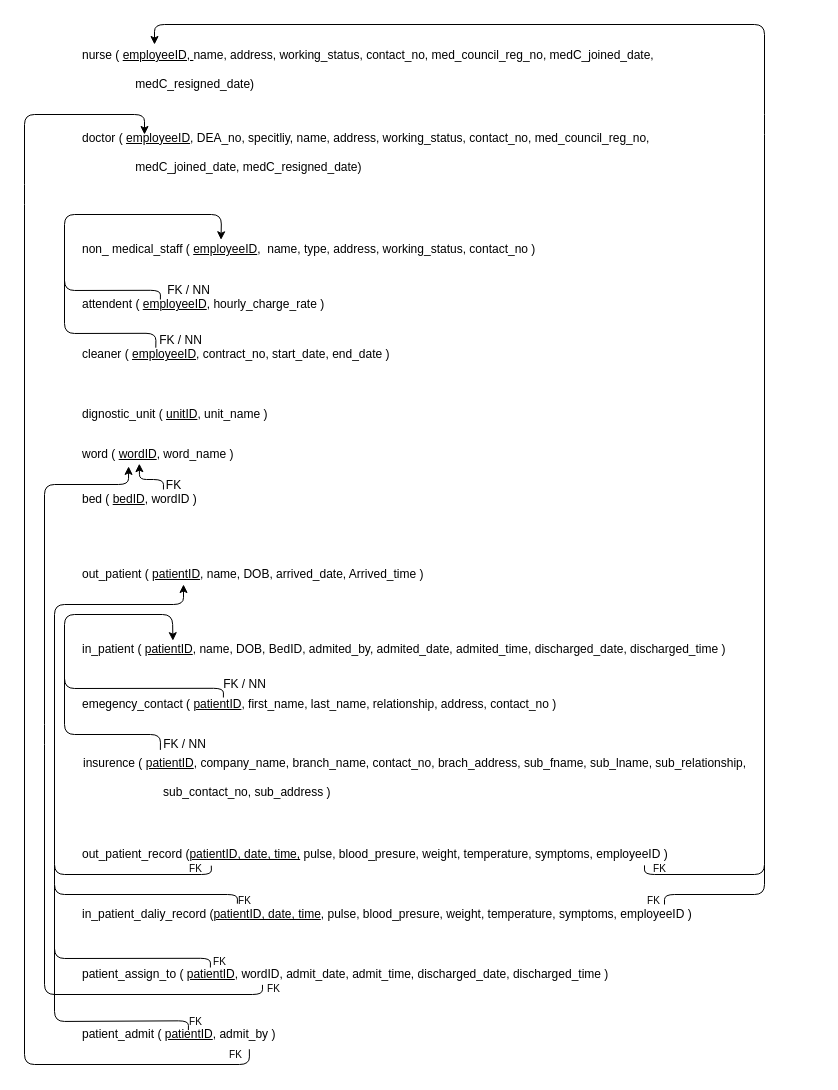
The draw.io diagram page "Page-2" (2 of 3) of G28-2.drawio in Janithpm/1203AssignmentGroup28, before the edit. Source tidied: cells renumbered, new cells numbered last; positions are measured from the earlier drawing's top-left corner, leaving out a move shared by most shapes. Both pictures are drawn from the tidied source at 100%, with x=0, y=0 at pixel (24, 24).
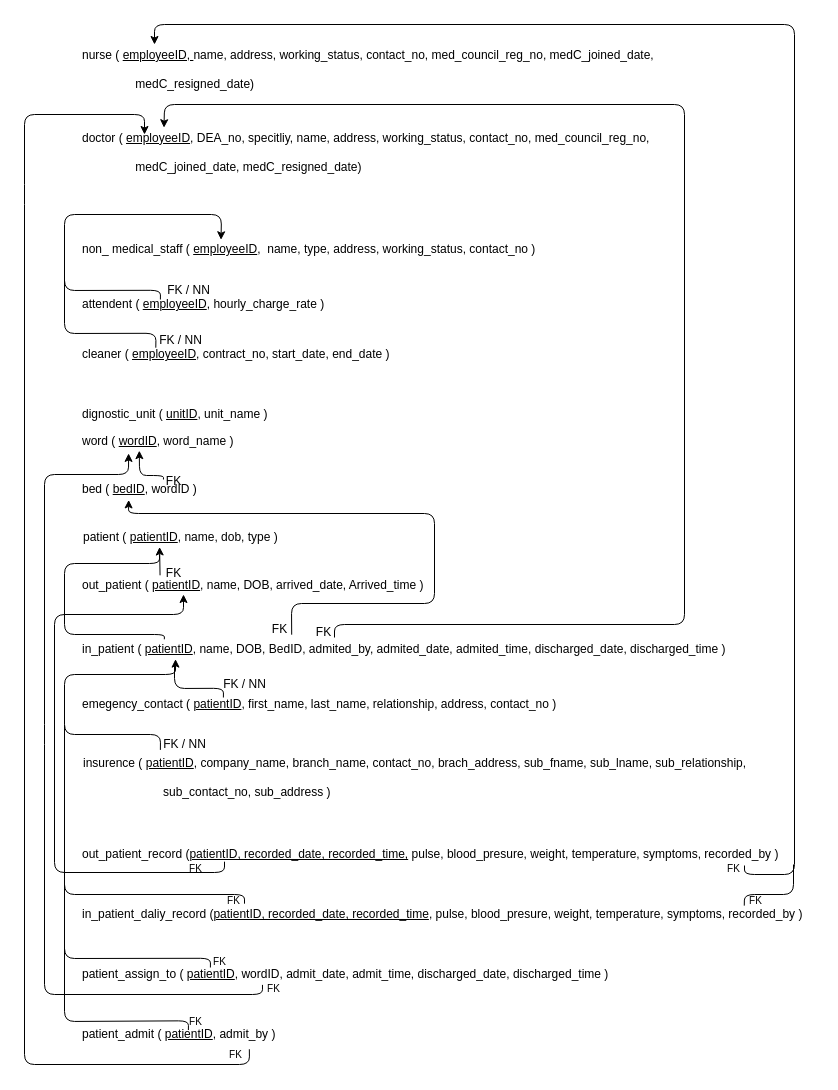
The same page after the edit.

Unchanged cells that the change refers to:
```xml
<mxCell id="2" value="&lt;font style=&quot;font-size: 12px&quot;&gt;in_patient ( &lt;u&gt;patientID&lt;/u&gt;, name, DOB, BedID, admited_by, admited_date, admited_time,&amp;nbsp;discharged_date, discharged_time )&lt;br&gt;&lt;/font&gt;" style="text;html=1;align=left;verticalAlign=middle;points=[];strokeColor=none;fillColor=none;" parent="1" vertex="1">
  <mxGeometry x="56" y="615" width="660" height="20" as="geometry" />
</mxCell>
<mxCell id="6" value="insurence ( &lt;u&gt;patientID&lt;/u&gt;, company_name, branch_name, contact_no, brach_address, sub_fname, sub_lname, sub_relationship,&lt;br&gt;&lt;span style=&quot;white-space: pre&quot;&gt;&#9;&lt;/span&gt;&lt;span style=&quot;white-space: pre&quot;&gt;&#9;&lt;/span&gt;&lt;span style=&quot;white-space: pre&quot;&gt;&#9;&lt;/span&gt;&lt;br&gt;&lt;span style=&quot;white-space: pre&quot;&gt;&#9;&lt;/span&gt;&lt;span style=&quot;white-space: pre&quot;&gt;&#9;&lt;/span&gt;&lt;span style=&quot;white-space: pre&quot;&gt;&#9;&lt;/span&gt;sub_contact_no, sub_address )" style="text;html=1;align=left;verticalAlign=middle;points=[];strokeColor=none;fillColor=none;" parent="1" vertex="1">
  <mxGeometry x="57" y="728" width="680" height="50" as="geometry" />
</mxCell>
<mxCell id="10" value="doctor ( &lt;u&gt;employeeID&lt;/u&gt;, DEA_no, specitliy, name, address, working_status, contact_no, med_council_reg_no,&lt;br&gt;&amp;nbsp;&lt;br&gt;&lt;span style=&quot;white-space: pre&quot;&gt;&#9;&lt;/span&gt;&lt;span style=&quot;white-space: pre&quot;&gt;&#9;&lt;/span&gt;medC_joined_date, medC_resigned_date)&amp;nbsp;" style="text;html=1;align=left;verticalAlign=middle;points=[];strokeColor=none;fillColor=none;" parent="1" vertex="1">
  <mxGeometry x="56" y="103" width="580" height="50" as="geometry" />
</mxCell>
<mxCell id="32" value="patient_assign_to ( &lt;u&gt;patientID&lt;/u&gt;, wordID, admit_date, admit_time, discharged_date, discharged_time )" style="text;html=1;align=left;verticalAlign=middle;points=[];strokeColor=none;fillColor=none;" parent="1" vertex="1">
  <mxGeometry x="56" y="940" width="540" height="20" as="geometry" />
</mxCell>
```

What changed in the source:
```diff
@@
     <mxCell id="3" value="&lt;font style=&quot;font-size: 12px&quot;&gt;out_patient ( &lt;u&gt;patientID&lt;/u&gt;, name, DOB, arrived_date, Arrived_time )&lt;/font&gt;" style="text;html=1;align=left;verticalAlign=middle;points=[];strokeColor=none;fillColor=none;" parent="1" vertex="1">
-      <mxGeometry x="56" y="540" width="360" height="20" as="geometry" />
+      <mxGeometry x="56" y="551" width="360" height="20" as="geometry" />
     </mxCell>
@@
-    <mxCell id="7" style="endArrow=classic;html=1;entryX=0.14;entryY=0.058;entryDx=0;entryDy=0;entryPerimeter=0;exitX=0.116;exitY=-0.052;exitDx=0;exitDy=0;exitPerimeter=0;" parent="1" edge="1" source="6" target="2">
+    <mxCell id="7" style="endArrow=classic;html=1;entryX=0.144;entryY=0.981;entryDx=0;entryDy=0;entryPerimeter=0;exitX=0.116;exitY=-0.052;exitDx=0;exitDy=0;exitPerimeter=0;" parent="1" edge="1" source="6" target="2">
       <mxGeometry relative="1" as="geometry">
         <Array as="points">
           <mxPoint x="136" y="710" />
           <mxPoint x="40" y="710" />
-          <mxPoint x="40" y="590" />
-          <mxPoint x="148" y="590" />
+          <mxPoint x="40" y="650" />
+          <mxPoint x="151" y="650" />
         </Array>
       </mxGeometry>
     </mxCell>
@@
     <mxCell id="18" value="word ( &lt;u&gt;wordID&lt;/u&gt;, word_name )" style="text;html=1;align=left;verticalAlign=middle;points=[];strokeColor=none;fillColor=none;" parent="1" vertex="1">
-      <mxGeometry x="56" y="420" width="170" height="20" as="geometry" />
+      <mxGeometry x="56" y="407" width="170" height="20" as="geometry" />
     </mxCell>
     <mxCell id="19" value="bed ( &lt;u&gt;bedID&lt;/u&gt;, wordID )" style="text;html=1;align=left;verticalAlign=middle;points=[];strokeColor=none;fillColor=none;" parent="1" vertex="1">
-      <mxGeometry x="56" y="465" width="130" height="20" as="geometry" />
+      <mxGeometry x="56" y="455" width="130" height="20" as="geometry" />
     </mxCell>
     <mxCell id="20" style="endArrow=classic;html=1;entryX=0.346;entryY=0.958;entryDx=0;entryDy=0;entryPerimeter=0;exitX=0.638;exitY=0;exitDx=0;exitDy=0;exitPerimeter=0;" parent="1" edge="1" source="19" target="18">
       <mxGeometry relative="1" as="geometry">
         <Array as="points">
-          <mxPoint x="139" y="455" />
-          <mxPoint x="115" y="455" />
+          <mxPoint x="139" y="451" />
+          <mxPoint x="115" y="451" />
         </Array>
       </mxGeometry>
     </mxCell>
     <mxCell id="21" value="FK" style="text;html=1;align=center;verticalAlign=middle;strokeColor=none;fillColor=none;" parent="1" vertex="1">
-      <mxGeometry x="134" y="451" width="30" height="20" as="geometry" />
+      <mxGeometry x="134" y="447" width="30" height="20" as="geometry" />
     </mxCell>
-    <mxCell id="22" value="out_patient_record (&lt;u&gt;patientID, date, time,&lt;/u&gt; pulse, blood_presure, weight, temperature, symptoms, employeeID )&amp;nbsp;" style="text;html=1;align=left;verticalAlign=middle;points=[];strokeColor=none;fillColor=none;" parent="1" vertex="1">
-      <mxGeometry x="56" y="820" width="600" height="20" as="geometry" />
+    <mxCell id="22" value="out_patient_record (&lt;u&gt;patientID, recorded_date, recorded_time,&lt;/u&gt; pulse, blood_presure, weight, temperature, symptoms, recorded_by )&amp;nbsp;" style="text;html=1;align=left;verticalAlign=middle;points=[];strokeColor=none;fillColor=none;" parent="1" vertex="1">
+      <mxGeometry x="56" y="820" width="720" height="20" as="geometry" />
     </mxCell>
-    <mxCell id="23" style="endArrow=classic;html=1;exitX=0.218;exitY=1.059;exitDx=0;exitDy=0;exitPerimeter=0;" parent="1" edge="1" source="22">
+    <mxCell id="23" style="endArrow=classic;html=1;exitX=0.2;exitY=0.961;exitDx=0;exitDy=0;exitPerimeter=0;" parent="1" edge="1">
       <mxGeometry relative="1" as="geometry">
-        <mxPoint x="159" y="560" as="targetPoint" />
+        <mxPoint x="200" y="837.2" as="sourcePoint" />
+        <mxPoint x="159" y="570" as="targetPoint" />
         <Array as="points">
-          <mxPoint x="187" y="850" />
-          <mxPoint x="30" y="850" />
-          <mxPoint x="30" y="580" />
-          <mxPoint x="159" y="580" />
+          <mxPoint x="200" y="848" />
+          <mxPoint x="30" y="848" />
+          <mxPoint x="30" y="590" />
+          <mxPoint x="159" y="590" />
         </Array>
       </mxGeometry>
     </mxCell>
-    <mxCell id="24" style="endArrow=classic;html=1;exitX=0.94;exitY=1.043;exitDx=0;exitDy=0;exitPerimeter=0;" parent="1" edge="1" source="22">
+    <mxCell id="24" style="endArrow=classic;html=1;" parent="1" edge="1">
       <mxGeometry relative="1" as="geometry">
+        <mxPoint x="720" y="841" as="sourcePoint" />
         <mxPoint x="130" y="20" as="targetPoint" />
         <Array as="points">
-          <mxPoint x="620" y="850" />
-          <mxPoint x="740" y="850" />
-          <mxPoint x="740" y="100" />
-          <mxPoint x="740" />
+          <mxPoint x="720" y="850" />
+          <mxPoint x="770" y="850" />
+          <mxPoint x="770" />
           <mxPoint x="130" />
         </Array>
       </mxGeometry>
     </mxCell>
     <mxCell id="25" value="&lt;font style=&quot;font-size: 10px&quot;&gt;FK&lt;/font&gt;" style="text;html=1;align=center;verticalAlign=middle;strokeColor=none;fillColor=none;" parent="1" vertex="1">
-      <mxGeometry x="620" y="834" width="30" height="20" as="geometry" />
+      <mxGeometry x="694" y="834" width="30" height="20" as="geometry" />
     </mxCell>
@@
-    <mxCell id="27" value="in_patient_daliy_record (&lt;u&gt;patientID, date, time&lt;/u&gt;, pulse, blood_presure, weight, temperature, symptoms, employeeID )&amp;nbsp;" style="text;html=1;align=left;verticalAlign=middle;points=[];strokeColor=none;fillColor=none;" parent="1" vertex="1">
-      <mxGeometry x="56" y="880" width="630" height="20" as="geometry" />
+    <mxCell id="27" value="in_patient_daliy_record (&lt;u&gt;patientID, recorded_date, recorded_time&lt;/u&gt;, pulse, blood_presure, weight, temperature, symptoms, recorded_by&amp;nbsp;)&amp;nbsp;" style="text;html=1;align=left;verticalAlign=middle;points=[];strokeColor=none;fillColor=none;" parent="1" vertex="1">
+      <mxGeometry x="56" y="880" width="740" height="20" as="geometry" />
     </mxCell>
-    <mxCell id="28" style="endArrow=none;html=1;exitX=0.249;exitY=-0.041;exitDx=0;exitDy=0;exitPerimeter=0;" parent="1" edge="1" source="27">
+    <mxCell id="28" style="endArrow=none;html=1;exitX=0.867;exitY=0.659;exitDx=0;exitDy=0;exitPerimeter=0;" parent="1" edge="1" source="29">
       <mxGeometry relative="1" as="geometry">
-        <mxPoint x="30" y="840" as="targetPoint" />
+        <mxPoint x="40" y="700" as="targetPoint" />
         <Array as="points">
-          <mxPoint x="213" y="870" />
-          <mxPoint x="30" y="870" />
+          <mxPoint x="220" y="870" />
+          <mxPoint x="40" y="870" />
         </Array>
       </mxGeometry>
     </mxCell>
     <mxCell id="29" value="&lt;font style=&quot;font-size: 10px&quot;&gt;FK&lt;/font&gt;" style="text;html=1;align=center;verticalAlign=middle;points=[];strokeColor=none;fillColor=none;" parent="1" vertex="1">
-      <mxGeometry x="205" y="866" width="30" height="20" as="geometry" />
+      <mxGeometry x="194" y="866" width="30" height="20" as="geometry" />
     </mxCell>
-    <mxCell id="30" style="endArrow=none;html=1;" parent="1" edge="1">
+    <mxCell id="30" style="endArrow=none;html=1;exitX=0.897;exitY=0.057;exitDx=0;exitDy=0;exitPerimeter=0;" parent="1" edge="1" source="27">
       <mxGeometry relative="1" as="geometry">
-        <mxPoint x="640" y="880" as="sourcePoint" />
-        <mxPoint x="740" y="840" as="targetPoint" />
+        <mxPoint x="769" y="840" as="targetPoint" />
         <Array as="points">
-          <mxPoint x="640" y="870" />
-          <mxPoint x="740" y="870" />
+          <mxPoint x="720" y="870" />
+          <mxPoint x="769" y="870" />
         </Array>
       </mxGeometry>
     </mxCell>
     <mxCell id="31" value="&lt;font style=&quot;font-size: 10px&quot;&gt;FK&lt;/font&gt;" style="text;html=1;align=center;verticalAlign=middle;strokeColor=none;fillColor=none;" parent="1" vertex="1">
-      <mxGeometry x="614" y="866" width="30" height="20" as="geometry" />
+      <mxGeometry x="716" y="866" width="30" height="20" as="geometry" />
     </mxCell>
@@
     <mxCell id="33" style="endArrow=none;html=1;exitX=0.249;exitY=-0.041;exitDx=0;exitDy=0;exitPerimeter=0;" parent="1" edge="1">
       <mxGeometry relative="1" as="geometry">
         <mxPoint x="185.9" y="943" as="sourcePoint" />
-        <mxPoint x="30" y="860" as="targetPoint" />
+        <mxPoint x="40" y="830" as="targetPoint" />
         <Array as="points">
           <mxPoint x="186" y="933.8" />
-          <mxPoint x="30" y="934" />
+          <mxPoint x="40" y="934" />
         </Array>
       </mxGeometry>
     </mxCell>
     <mxCell id="34" style="endArrow=classic;html=1;exitX=0.337;exitY=1.019;exitDx=0;exitDy=0;exitPerimeter=0;entryX=0.283;entryY=1.095;entryDx=0;entryDy=0;entryPerimeter=0;" parent="1" edge="1" source="32" target="18">
       <mxGeometry relative="1" as="geometry">
         <Array as="points">
           <mxPoint x="238" y="970" />
           <mxPoint x="20" y="970" />
           <mxPoint x="20" y="710" />
-          <mxPoint x="20" y="460" />
-          <mxPoint x="104" y="460" />
+          <mxPoint x="20" y="450" />
+          <mxPoint x="104" y="450" />
         </Array>
       </mxGeometry>
     </mxCell>
@@
     <mxCell id="37" style="endArrow=none;html=1;exitX=0.249;exitY=-0.041;exitDx=0;exitDy=0;exitPerimeter=0;" parent="1" edge="1">
       <mxGeometry relative="1" as="geometry">
         <mxPoint x="198.9" y="673" as="sourcePoint" />
-        <mxPoint x="40" y="640" as="targetPoint" />
+        <mxPoint x="150" y="640" as="targetPoint" />
         <Array as="points">
           <mxPoint x="199" y="663.8" />
-          <mxPoint x="40" y="664" />
+          <mxPoint x="150" y="664" />
         </Array>
       </mxGeometry>
     </mxCell>
@@
     <mxCell id="41" style="endArrow=none;html=1;exitX=0.249;exitY=-0.041;exitDx=0;exitDy=0;exitPerimeter=0;" parent="1" edge="1">
       <mxGeometry relative="1" as="geometry">
         <mxPoint x="163.9" y="1005.5" as="sourcePoint" />
-        <mxPoint x="30" y="923" as="targetPoint" />
+        <mxPoint x="40" y="923" as="targetPoint" />
         <Array as="points">
           <mxPoint x="164" y="996.3" />
-          <mxPoint x="30" y="997" />
+          <mxPoint x="40" y="997" />
         </Array>
       </mxGeometry>
     </mxCell>
@@
+    <mxCell id="44" style="endArrow=classic;html=1;exitX=0.32;exitY=-0.19;exitDx=0;exitDy=0;exitPerimeter=0;entryX=0.371;entryY=1.07;entryDx=0;entryDy=0;entryPerimeter=0;" parent="1" edge="1">
+      <mxGeometry relative="1" as="geometry">
+        <mxPoint x="267.2" y="610.2" as="sourcePoint" />
+        <mxPoint x="104.2" y="475.4" as="targetPoint" />
+        <Array as="points">
+          <mxPoint x="267" y="579" />
+          <mxPoint x="410" y="579" />
+          <mxPoint x="410" y="489" />
+          <mxPoint x="104" y="489" />
+        </Array>
+      </mxGeometry>
+    </mxCell>
+    <mxCell id="45" value="FK" style="text;html=1;align=center;verticalAlign=middle;strokeColor=none;fillColor=none;" parent="1" vertex="1">
+      <mxGeometry x="240" y="595" width="30" height="20" as="geometry" />
+    </mxCell>
+    <mxCell id="46" style="endArrow=classic;html=1;entryX=0.144;entryY=0.004;entryDx=0;entryDy=0;entryPerimeter=0;" parent="1" edge="1" target="10">
+      <mxGeometry relative="1" as="geometry">
+        <mxPoint x="310" y="613" as="sourcePoint" />
+        <Array as="points">
+          <mxPoint x="310" y="600" />
+          <mxPoint x="660" y="600" />
+          <mxPoint x="660" y="80" />
+          <mxPoint x="140" y="80" />
+        </Array>
+      </mxGeometry>
+    </mxCell>
+    <mxCell id="47" value="FK" style="text;html=1;align=center;verticalAlign=middle;strokeColor=none;fillColor=none;" parent="1" vertex="1">
+      <mxGeometry x="284" y="598" width="30" height="20" as="geometry" />
+    </mxCell>
+    <mxCell id="48" value="patient ( &lt;u&gt;patientID&lt;/u&gt;, name, dob, type )" style="text;html=1;align=left;verticalAlign=middle;strokeColor=none;fillColor=none;" parent="1" vertex="1">
+      <mxGeometry x="57" y="503" width="210" height="20" as="geometry" />
+    </mxCell>
+    <mxCell id="49" style="endArrow=classic;html=1;entryX=0.334;entryY=0.973;entryDx=0;entryDy=0;entryPerimeter=0;exitX=0.221;exitY=-0.009;exitDx=0;exitDy=0;exitPerimeter=0;" parent="1" edge="1" source="3">
+      <mxGeometry relative="1" as="geometry">
+        <mxPoint x="135.1" y="522.5" as="targetPoint" />
+      </mxGeometry>
+    </mxCell>
+    <mxCell id="50" value="FK" style="text;html=1;align=center;verticalAlign=middle;strokeColor=none;fillColor=none;" parent="1" vertex="1">
+      <mxGeometry x="134" y="539" width="30" height="20" as="geometry" />
+    </mxCell>
+    <mxCell id="51" style="endArrow=none;html=1;exitX=0.127;exitY=-0.009;exitDx=0;exitDy=0;exitPerimeter=0;" parent="1" edge="1" source="2">
+      <mxGeometry relative="1" as="geometry">
+        <mxPoint x="135" y="530" as="targetPoint" />
+        <Array as="points">
+          <mxPoint x="140" y="610" />
+          <mxPoint x="40" y="610" />
+          <mxPoint x="40" y="539" />
+          <mxPoint x="135" y="539" />
+        </Array>
+      </mxGeometry>
+    </mxCell>
```
